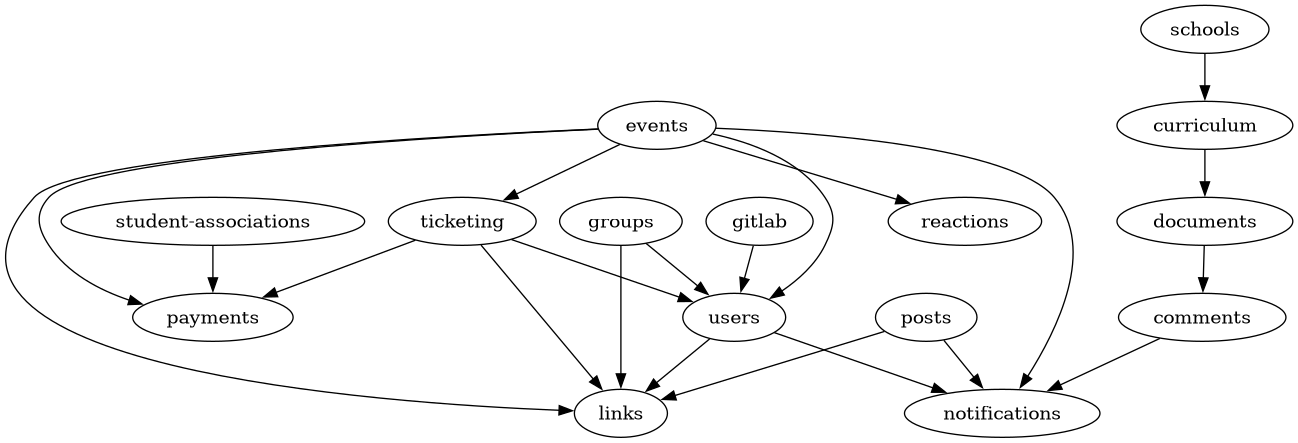
Before: packages/api/scripts/modules-import-graph.png, a diagram exported from Graphviz (inp-net/churros). Its source is kept beside it as packages/api/scripts/modules-import-graph.dot.
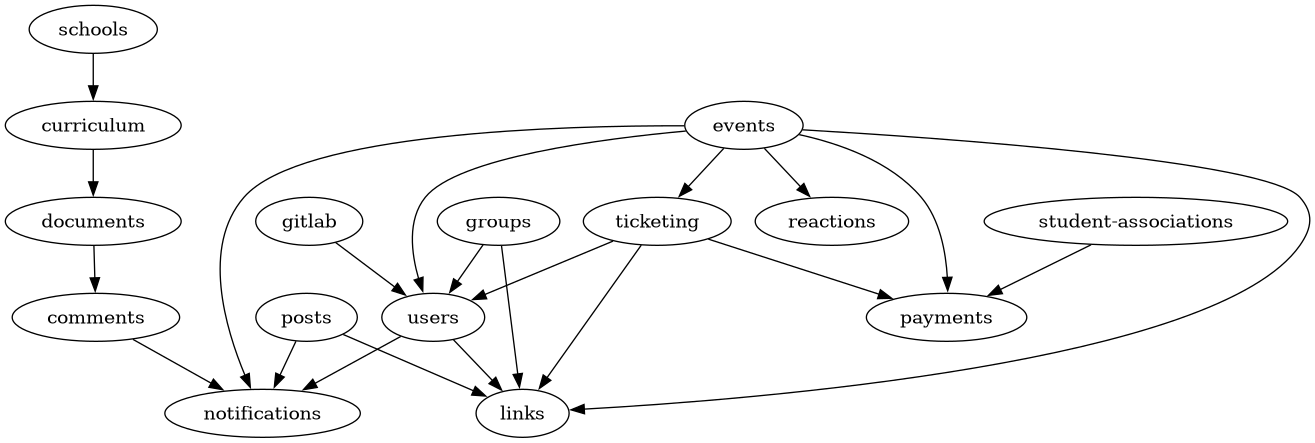
After the commit.

The edit, as a diff of the source:
```diff
@@ -1,38 +1,23 @@
-strict digraph  {
-documents;
-comments;
-schools;
-curriculum;
-"student-associations";
-payments;
-ticketing;
-links;
-users;
-groups;
-events;
-notifications;
-reactions;
-posts;
-gitlab;
-documents -> comments;
-comments -> notifications;
-schools -> curriculum;
-curriculum -> documents;
-"student-associations" -> payments;
-ticketing -> links;
-ticketing -> payments;
-ticketing -> users;
-users -> notifications;
-users -> links;
-groups -> links;
-groups -> users;
-events -> links;
-events -> notifications;
-events -> users;
-events -> payments;
-events -> ticketing;
-events -> reactions;
-posts -> notifications;
-posts -> links;
-gitlab -> users;
+strict digraph ImportGraph {
+    "comments" -> "notifications";
+    "curriculum" -> "documents";
+    "documents" -> "comments";
+    "events" -> "notifications";
+    "events" -> "users";
+    "events" -> "payments";
+    "events" -> "reactions";
+    "events" -> "ticketing";
+    "events" -> "links";
+    "gitlab" -> "users";
+    "groups" -> "links";
+    "groups" -> "users";
+    "posts" -> "notifications";
+    "posts" -> "links";
+    "schools" -> "curriculum";
+    "student-associations" -> "payments";
+    "ticketing" -> "payments";
+    "ticketing" -> "links";
+    "ticketing" -> "users";
+    "users" -> "notifications";
+    "users" -> "links";
 }
```
